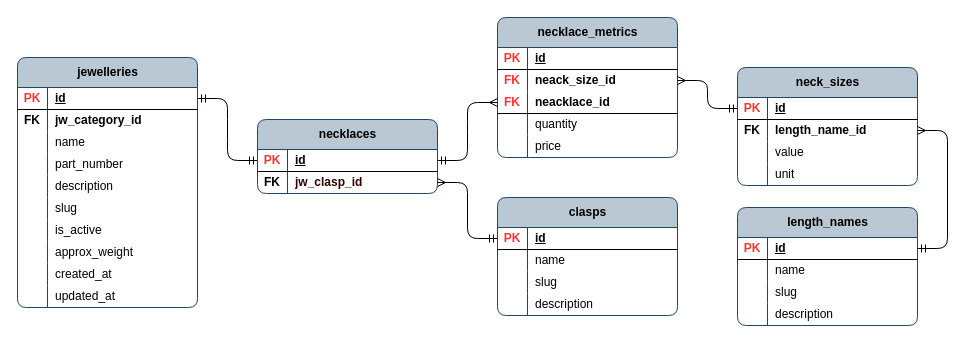
The draw.io diagram page "jw_necklace_props" (11 of 15) of publisher/laravel-app/psql_jewellery_items.drawio in Local-development-environment/msg-brokers-publisher-consumer, before the edit. Source tidied: cells renumbered, new cells numbered last; positions are measured from the earlier drawing's top-left corner, leaving out a move shared by most shapes. Both pictures are drawn from the tidied source at 100%, with x=0, y=0 at pixel (17, 17).
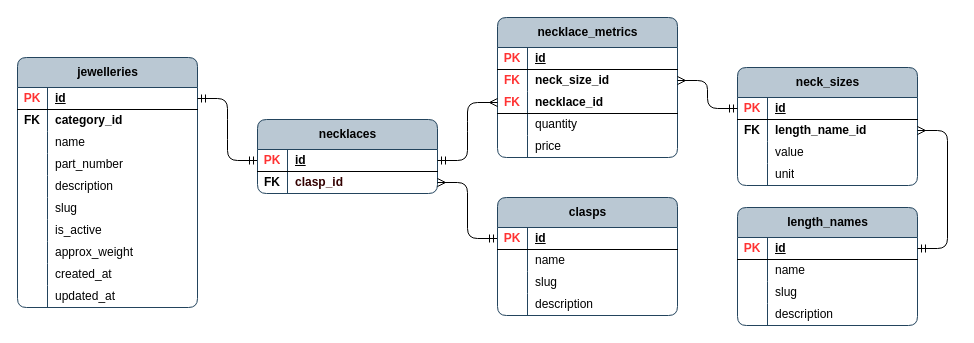
After the change.

Unchanged cells that the change refers to:
```xml
<mxCell id="6" style="shape=tableRow;horizontal=0;startSize=0;swimlaneHead=0;swimlaneBody=0;fillColor=none;top=0;left=0;right=0;bottom=0;rounded=1;" parent="2" vertex="1">
  <mxGeometry y="52" width="180" height="22" as="geometry" />
</mxCell>
<mxCell id="38" style="shape=tableRow;horizontal=0;startSize=0;swimlaneHead=0;swimlaneBody=0;fillColor=none;points=[[0,0.5],[1,0.5]];portConstraint=eastwest;top=0;left=0;right=0;bottom=0;rounded=0;" parent="34" vertex="1">
  <mxGeometry y="52" width="180" height="22" as="geometry" />
</mxCell>
<mxCell id="45" style="shape=tableRow;horizontal=0;startSize=0;swimlaneHead=0;swimlaneBody=0;fillColor=none;points=[[0,0.5],[1,0.5]];portConstraint=eastwest;top=0;left=0;right=0;bottom=0;rounded=0;" parent="41" vertex="1">
  <mxGeometry y="52" width="180" height="22" as="geometry" />
</mxCell>
<mxCell id="48" style="shape=tableRow;horizontal=0;startSize=0;swimlaneHead=0;swimlaneBody=0;fillColor=none;points=[[0,0.5],[1,0.5]];portConstraint=eastwest;top=0;left=0;right=0;bottom=1;rounded=0;" parent="41" vertex="1">
  <mxGeometry y="74" width="180" height="22" as="geometry" />
</mxCell>
```

Diff of the diagram source:
```diff
@@
-    <mxCell id="8" value="&lt;b&gt;jw_category_id&lt;/b&gt;" style="shape=partialRectangle;fillColor=none;top=0;left=0;bottom=0;right=0;align=left;spacingLeft=6;overflow=hidden;whiteSpace=wrap;html=1;rounded=1;" parent="6" vertex="1">
+    <mxCell id="8" value="&lt;b&gt;category_id&lt;/b&gt;" style="shape=partialRectangle;fillColor=none;top=0;left=0;bottom=0;right=0;align=left;spacingLeft=6;overflow=hidden;whiteSpace=wrap;html=1;rounded=1;" parent="6" vertex="1">
       <mxGeometry x="30" width="150" height="22" as="geometry" />
     </mxCell>
@@
-    <mxCell id="40" value="&lt;b&gt;&lt;font style=&quot;color: rgb(51, 0, 0);&quot;&gt;jw_clasp_id&amp;nbsp;&lt;/font&gt;&lt;/b&gt;" style="shape=partialRectangle;fillColor=none;top=0;left=0;bottom=0;right=0;align=left;spacingLeft=6;overflow=hidden;whiteSpace=wrap;html=1;" parent="38" vertex="1">
+    <mxCell id="40" value="&lt;b&gt;&lt;font style=&quot;color: rgb(51, 0, 0);&quot;&gt;clasp_id&amp;nbsp;&lt;/font&gt;&lt;/b&gt;" style="shape=partialRectangle;fillColor=none;top=0;left=0;bottom=0;right=0;align=left;spacingLeft=6;overflow=hidden;whiteSpace=wrap;html=1;" parent="38" vertex="1">
       <mxGeometry x="30" width="150" height="22" as="geometry" />
     </mxCell>
@@
-    <mxCell id="47" value="&lt;b&gt;neack_size_id&lt;/b&gt;" style="shape=partialRectangle;fillColor=none;top=0;left=0;bottom=0;right=0;align=left;spacingLeft=6;overflow=hidden;whiteSpace=wrap;html=1;" parent="45" vertex="1">
+    <mxCell id="47" value="&lt;b&gt;neck_size_id&lt;/b&gt;" style="shape=partialRectangle;fillColor=none;top=0;left=0;bottom=0;right=0;align=left;spacingLeft=6;overflow=hidden;whiteSpace=wrap;html=1;" parent="45" vertex="1">
       <mxGeometry x="30" width="150" height="22" as="geometry" />
     </mxCell>
@@
-    <mxCell id="50" value="&lt;b&gt;neacklace_id&lt;/b&gt;" style="shape=partialRectangle;fillColor=none;top=0;left=0;bottom=0;right=0;align=left;spacingLeft=6;overflow=hidden;whiteSpace=wrap;html=1;" parent="48" vertex="1">
+    <mxCell id="50" value="&lt;b&gt;necklace_id&lt;/b&gt;" style="shape=partialRectangle;fillColor=none;top=0;left=0;bottom=0;right=0;align=left;spacingLeft=6;overflow=hidden;whiteSpace=wrap;html=1;" parent="48" vertex="1">
       <mxGeometry x="30" width="150" height="22" as="geometry" />
     </mxCell>
```
